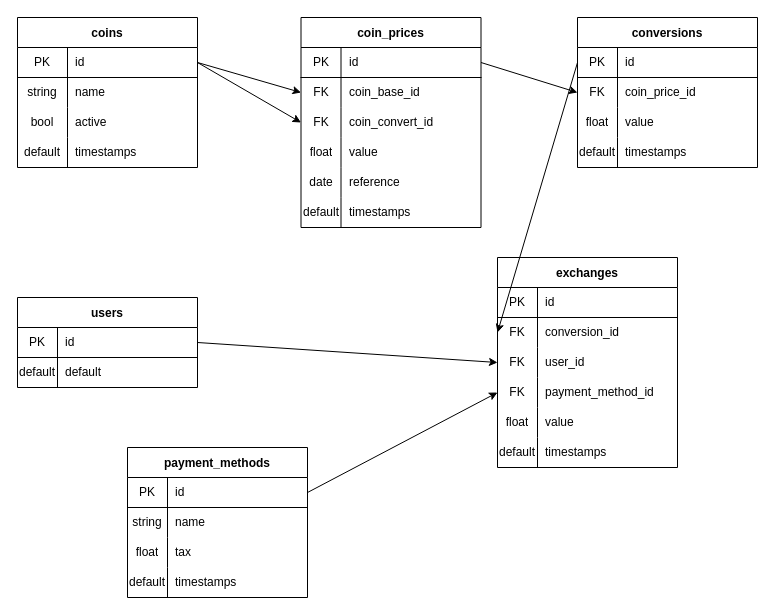
The draw.io diagram analise-requisitos/modelo.drawio in Oliveira-Trust/desafio-desenvolvedor, before the edit. Source tidied: cells renumbered, new cells numbered last; positions are measured from the earlier drawing's top-left corner, leaving out a move shared by most shapes. Both pictures are drawn from the tidied source at 100%, with x=0, y=0 at pixel (17, 17).
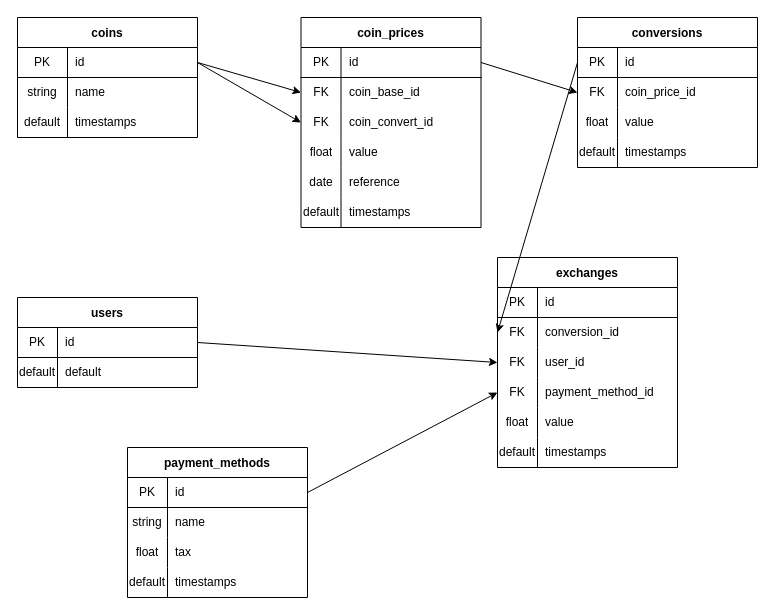
The same page after the edit.

Commit message:
atualizado tabela coins no modelo

What changed in the source:
```diff
@@
     <mxCell id="28" value="coins" style="shape=table;startSize=30;childLayout=tableLayout;rowLines=0;fontStyle=1;align=center;" parent="1" vertex="1">
-      <mxGeometry width="180" height="150" as="geometry" />
+      <mxGeometry width="180" height="120" as="geometry" />
     </mxCell>
@@
-    <mxCell id="35" style="shape=partialRectangle;html=1;whiteSpace=wrap;fillColor=none;top=0;left=0;bottom=0;right=0;" parent="28" vertex="1">
-      <mxGeometry y="90" width="180" height="30" as="geometry" />
-    </mxCell>
-    <mxCell id="36" value="bool" style="shape=partialRectangle;html=1;whiteSpace=wrap;fillColor=none;top=0;left=0;bottom=0;right=0;overflow=hidden;" parent="35" vertex="1">
-      <mxGeometry width="50" height="30" as="geometry" />
-    </mxCell>
-    <mxCell id="37" value="active" style="shape=partialRectangle;html=1;whiteSpace=wrap;fillColor=none;top=0;left=0;bottom=0;right=0;align=left;spacingLeft=6;overflow=hidden;" parent="35" vertex="1">
-      <mxGeometry x="50" width="130" height="30" as="geometry" />
-    </mxCell>
     <mxCell id="38" style="shape=partialRectangle;html=1;whiteSpace=wrap;fillColor=none;top=0;left=0;bottom=0;right=0;" parent="28" vertex="1">
-      <mxGeometry y="120" width="180" height="30" as="geometry" />
+      <mxGeometry y="90" width="180" height="30" as="geometry" />
     </mxCell>
```
